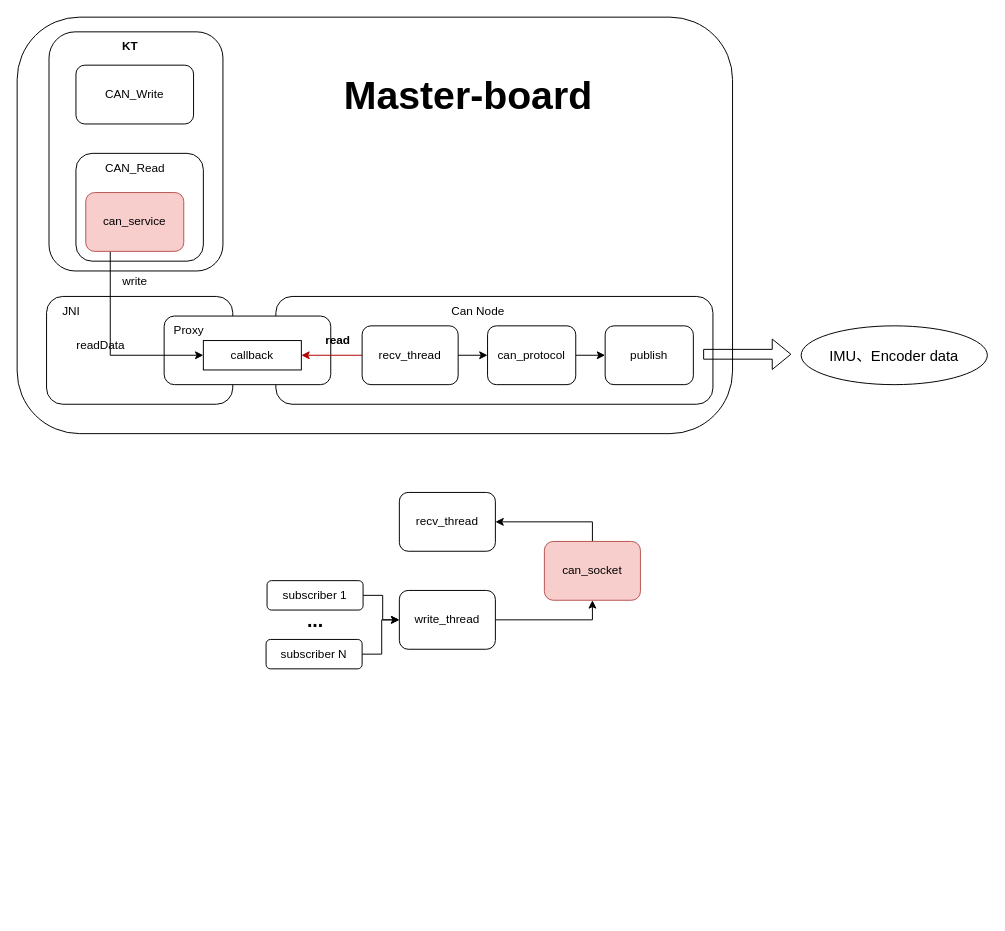
This is page "双CAN代码+主从板结构示意图" (11 of 11) of nvq hardware学习.drawio from Jev0987/drawioFile, a draw.io file, before an edit. Source tidied: cells renumbered, new cells numbered last; positions are measured from the earlier drawing's top-left corner, leaving out a move shared by most shapes. Both pictures are drawn from the tidied source at 98%, with x=0, y=0 at pixel (17, 17).
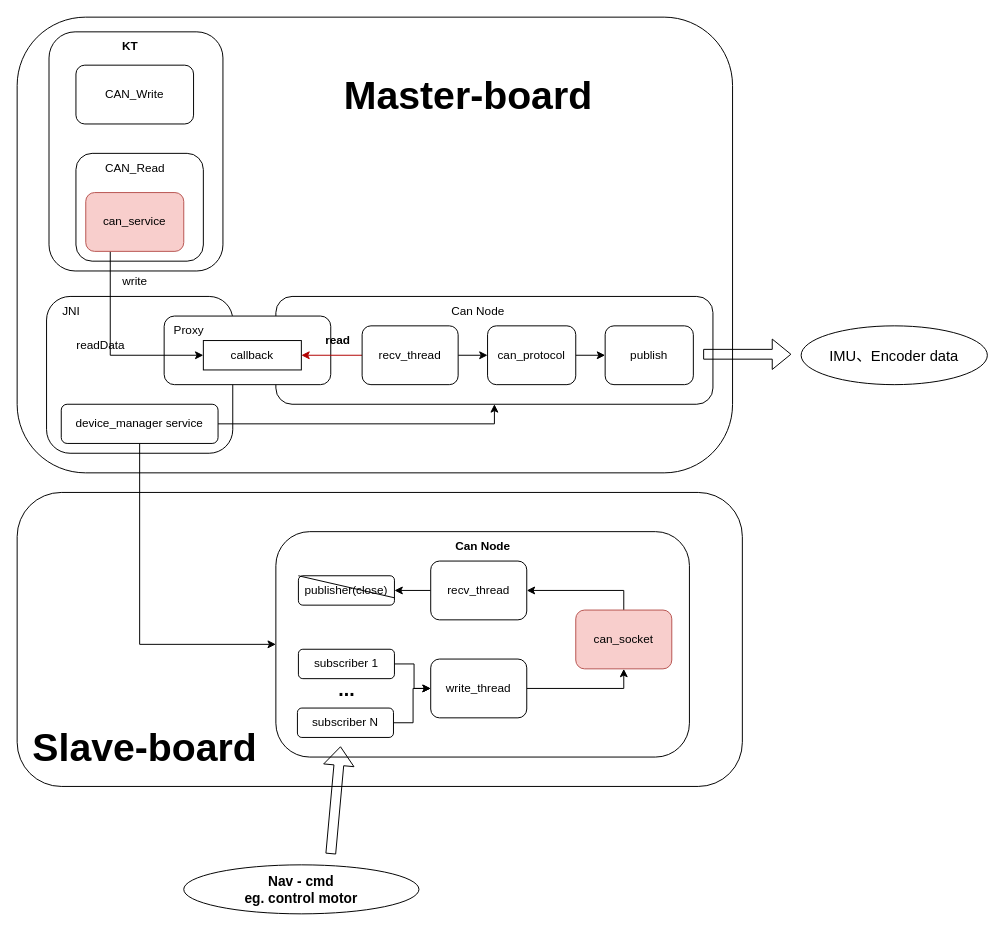
The same page after the edit.

The change refers to these unchanged cells:
```xml
<mxCell id="5" style="rounded=1;whiteSpace=wrap;html=1;" parent="1" vertex="1">
  <mxGeometry x="264" y="285" width="446" height="110" as="geometry" />
</mxCell>
```

The edit, as a diff of the source:
```diff
@@
+    <mxCell id="39" style="rounded=1;whiteSpace=wrap;html=1;" parent="1" vertex="1">
+      <mxGeometry y="485" width="740" height="300" as="geometry" />
+    </mxCell>
+    <mxCell id="40" style="rounded=1;whiteSpace=wrap;html=1;" parent="1" vertex="1">
+      <mxGeometry x="264" y="525" width="422" height="230" as="geometry" />
+    </mxCell>
     <mxCell id="2" style="rounded=1;whiteSpace=wrap;html=1;" parent="1" vertex="1">
-      <mxGeometry width="730" height="425" as="geometry" />
+      <mxGeometry width="730" height="465" as="geometry" />
     </mxCell>
@@
     <mxCell id="6" style="rounded=1;whiteSpace=wrap;html=1;" parent="1" vertex="1">
-      <mxGeometry x="30" y="285" width="190" height="110" as="geometry" />
+      <mxGeometry x="30" y="285" width="190" height="160" as="geometry" />
     </mxCell>
@@
+    <mxCell id="41" style="edgeStyle=orthogonalEdgeStyle;rounded=0;jettySize=auto;html=1;exitX=0;exitY=0.5;exitDx=0;exitDy=0;entryX=1;entryY=0.5;entryDx=0;entryDy=0;" parent="1" edge="1" source="29" target="42">
+      <mxGeometry relative="1" as="geometry" />
+    </mxCell>
     <mxCell id="29" value="recv_thread" style="rounded=1;whiteSpace=wrap;html=1;" parent="1" vertex="1">
-      <mxGeometry x="390" y="485" width="98" height="60" as="geometry" />
+      <mxGeometry x="422" y="555" width="98" height="60" as="geometry" />
     </mxCell>
@@
     <mxCell id="31" value="write_thread" style="rounded=1;whiteSpace=wrap;html=1;" parent="1" vertex="1">
-      <mxGeometry x="390" y="585" width="98" height="60" as="geometry" />
+      <mxGeometry x="422" y="655" width="98" height="60" as="geometry" />
     </mxCell>
@@
     <mxCell id="33" value="can_socket" style="rounded=1;whiteSpace=wrap;html=1;fillColor=#f8cecc;strokeColor=#b85450;" parent="1" vertex="1">
-      <mxGeometry x="538" y="535" width="98" height="60" as="geometry" />
+      <mxGeometry x="570" y="605" width="98" height="60" as="geometry" />
     </mxCell>
@@
     <mxCell id="35" value="subscriber 1" style="rounded=1;whiteSpace=wrap;html=1;" parent="1" vertex="1">
-      <mxGeometry x="255" y="575" width="98" height="30" as="geometry" />
+      <mxGeometry x="287" y="645" width="98" height="30" as="geometry" />
     </mxCell>
@@
     <mxCell id="37" value="subscriber N" style="rounded=1;whiteSpace=wrap;html=1;" parent="1" vertex="1">
-      <mxGeometry x="254" y="635" width="98" height="30" as="geometry" />
+      <mxGeometry x="286" y="705" width="98" height="30" as="geometry" />
     </mxCell>
     <mxCell id="38" value="&lt;b&gt;&lt;font style=&quot;font-size: 20px;&quot;&gt;...&lt;/font&gt;&lt;/b&gt;" style="text;html=1;align=center;verticalAlign=middle;strokeColor=none;fillColor=none;" parent="1" vertex="1">
-      <mxGeometry x="284" y="595" width="40" height="40" as="geometry" />
+      <mxGeometry x="316" y="665" width="40" height="40" as="geometry" />
     </mxCell>
+    <mxCell id="42" value="publisher(close)" style="rounded=1;whiteSpace=wrap;html=1;" parent="1" vertex="1">
+      <mxGeometry x="287" y="570" width="98" height="30" as="geometry" />
+    </mxCell>
+    <mxCell id="43" style="endArrow=none;html=1;rounded=0;entryX=0;entryY=0;entryDx=0;entryDy=0;exitX=1;exitY=0.75;exitDx=0;exitDy=0;" parent="1" edge="1" source="42" target="42">
+      <mxGeometry relative="1" as="geometry" />
+    </mxCell>
+    <mxCell id="44" value="&lt;b&gt;&lt;font style=&quot;font-size: 14px;&quot;&gt;Nav - cmd&lt;br&gt;eg. control motor&lt;/font&gt;&lt;/b&gt;" style="ellipse;whiteSpace=wrap;html=1;rotation=0;" parent="1" vertex="1">
+      <mxGeometry x="170" y="865" width="240" height="50" as="geometry" />
+    </mxCell>
+    <mxCell id="45" style="shape=flexArrow;endArrow=classic;html=1;rounded=0;" parent="1" edge="1">
+      <mxGeometry relative="1" as="geometry">
+        <mxPoint x="320" y="854" as="sourcePoint" />
+        <mxPoint x="330" y="744" as="targetPoint" />
+      </mxGeometry>
+    </mxCell>
+    <mxCell id="46" value="Can Node" style="text;html=1;align=center;verticalAlign=middle;strokeColor=none;fillColor=none;fontStyle=1;" parent="1" vertex="1">
+      <mxGeometry x="435" y="525" width="80" height="30" as="geometry" />
+    </mxCell>
+    <mxCell id="47" style="edgeStyle=orthogonalEdgeStyle;rounded=0;jettySize=auto;html=1;exitX=1;exitY=0.5;exitDx=0;exitDy=0;entryX=0.5;entryY=1;entryDx=0;entryDy=0;" parent="1" edge="1" source="49" target="5">
+      <mxGeometry relative="1" as="geometry" />
+    </mxCell>
+    <mxCell id="48" style="edgeStyle=orthogonalEdgeStyle;rounded=0;jettySize=auto;html=1;exitX=0.5;exitY=1;exitDx=0;exitDy=0;entryX=0;entryY=0.5;entryDx=0;entryDy=0;" parent="1" edge="1" source="49" target="40">
+      <mxGeometry relative="1" as="geometry" />
+    </mxCell>
+    <mxCell id="49" value="device_manager service" style="rounded=1;whiteSpace=wrap;html=1;" parent="1" vertex="1">
+      <mxGeometry x="45" y="395" width="160" height="40" as="geometry" />
+    </mxCell>
+    <mxCell id="50" value="&lt;b&gt;&lt;font style=&quot;font-size: 40px;&quot;&gt;Slave-board&lt;/font&gt;&lt;/b&gt;" style="text;html=1;align=center;verticalAlign=middle;strokeColor=none;fillColor=none;" parent="1" vertex="1">
+      <mxGeometry x="5" y="715" width="250" height="60" as="geometry" />
+    </mxCell>
```
